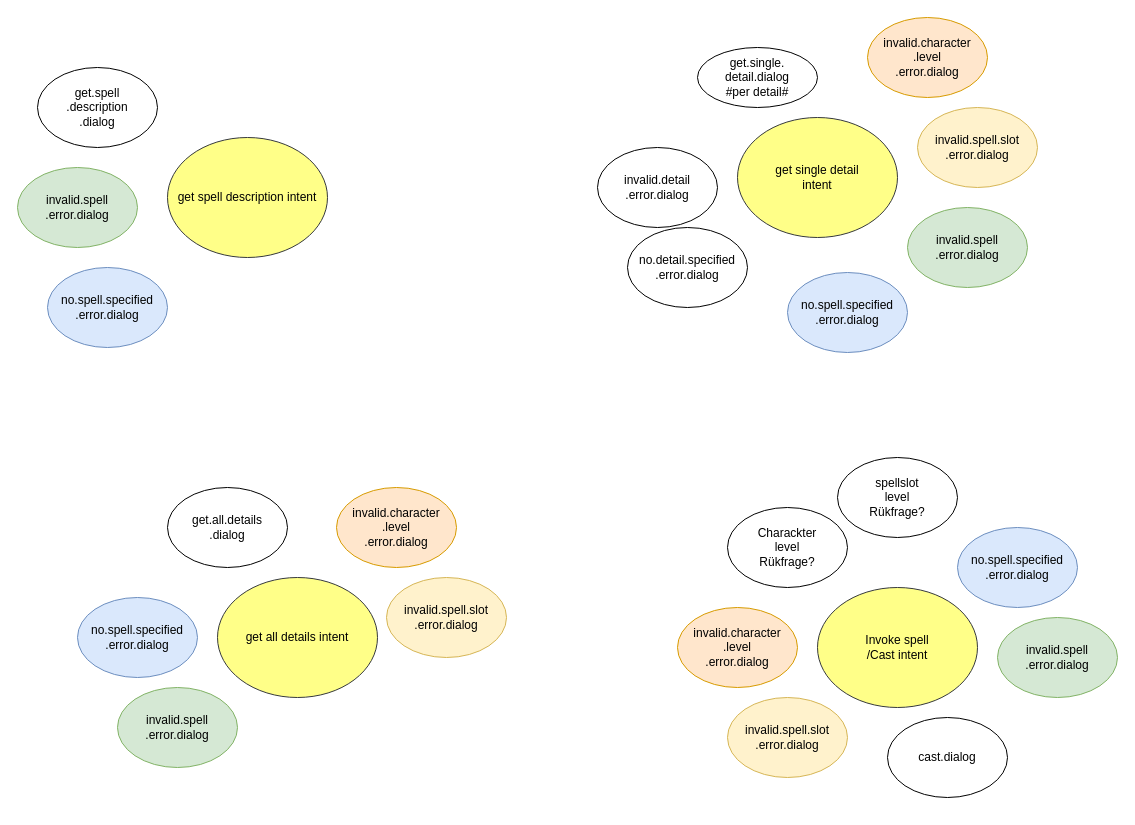
Earlier version of the draw.io diagram doc/dialog_to_intent.drawio (Linyeir/spellcastmanager-skill). Source tidied: cells renumbered, new cells numbered last; positions are measured from the earlier drawing's top-left corner, leaving out a move shared by most shapes. Both pictures are drawn from the tidied source at 100%, with x=0, y=0 at pixel (17, 17).
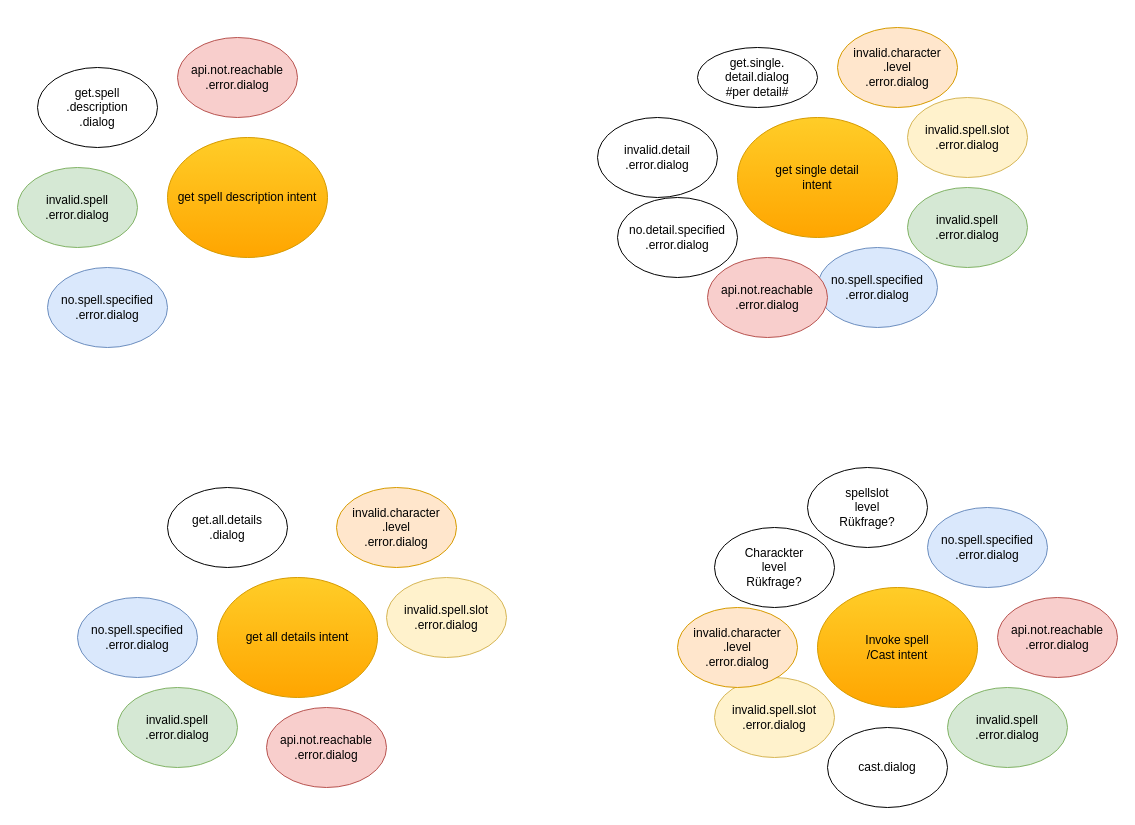
Above is the later version.

Commit message:
adjust dialog to intent diagram

What changed in the source:
```diff
@@
-    <mxCell id="3" value="get spell description intent" style="ellipse;whiteSpace=wrap;html=1;fillColor=#ffff88;strokeColor=#36393d;" parent="1" vertex="1">
+    <mxCell id="3" value="get spell description intent" style="ellipse;whiteSpace=wrap;html=1;fillColor=#ffcd28;strokeColor=#d79b00;gradientColor=#ffa500;" parent="1" vertex="1">
       <mxGeometry x="150" y="120" width="160" height="120" as="geometry" />
     </mxCell>
-    <mxCell id="4" value="get all details intent" style="ellipse;whiteSpace=wrap;html=1;fillColor=#ffff88;strokeColor=#36393d;" parent="1" vertex="1">
+    <mxCell id="4" value="get all details intent" style="ellipse;whiteSpace=wrap;html=1;fillColor=#ffcd28;strokeColor=#d79b00;gradientColor=#ffa500;" parent="1" vertex="1">
       <mxGeometry x="200" y="560" width="160" height="120" as="geometry" />
     </mxCell>
-    <mxCell id="5" value="get single detail &lt;br&gt;intent" style="ellipse;whiteSpace=wrap;html=1;fillColor=#ffff88;strokeColor=#36393d;" parent="1" vertex="1">
+    <mxCell id="5" value="get single detail &lt;br&gt;intent" style="ellipse;whiteSpace=wrap;html=1;fillColor=#ffcd28;strokeColor=#d79b00;gradientColor=#ffa500;" parent="1" vertex="1">
       <mxGeometry x="720" y="100" width="160" height="120" as="geometry" />
     </mxCell>
-    <mxCell id="6" value="Invoke spell&lt;br&gt;/Cast intent" style="ellipse;whiteSpace=wrap;html=1;fillColor=#ffff88;strokeColor=#36393d;" parent="1" vertex="1">
+    <mxCell id="6" value="Invoke spell&lt;br&gt;/Cast intent" style="ellipse;whiteSpace=wrap;html=1;fillColor=#ffcd28;strokeColor=#d79b00;gradientColor=#ffa500;" parent="1" vertex="1">
       <mxGeometry x="800" y="570" width="160" height="120" as="geometry" />
     </mxCell>
@@
     <mxCell id="10" value="no.spell.specified&lt;br&gt;.error.dialog" style="ellipse;whiteSpace=wrap;html=1;fillColor=#dae8fc;strokeColor=#6c8ebf;" parent="1" vertex="1">
-      <mxGeometry x="770" y="255" width="120" height="80" as="geometry" />
+      <mxGeometry x="800" y="230" width="120" height="80" as="geometry" />
     </mxCell>
     <mxCell id="11" value="invalid.spell&lt;br&gt;.error.dialog" style="ellipse;whiteSpace=wrap;html=1;fillColor=#d5e8d4;strokeColor=#82b366;" parent="1" vertex="1">
-      <mxGeometry x="890" y="190" width="120" height="80" as="geometry" />
+      <mxGeometry x="890" y="170" width="120" height="80" as="geometry" />
     </mxCell>
     <mxCell id="12" value="no.detail.specified&lt;br&gt;.error.dialog" style="ellipse;whiteSpace=wrap;html=1;" parent="1" vertex="1">
-      <mxGeometry x="610" y="210" width="120" height="80" as="geometry" />
+      <mxGeometry x="600" y="180" width="120" height="80" as="geometry" />
     </mxCell>
     <mxCell id="13" value="invalid.detail&lt;br&gt;.error.dialog" style="ellipse;whiteSpace=wrap;html=1;" parent="1" vertex="1">
-      <mxGeometry x="580" y="130" width="120" height="80" as="geometry" />
+      <mxGeometry x="580" y="100" width="120" height="80" as="geometry" />
     </mxCell>
     <mxCell id="14" value="invalid.spell.slot&lt;br&gt;.error.dialog" style="ellipse;whiteSpace=wrap;html=1;fillColor=#fff2cc;strokeColor=#d6b656;" parent="1" vertex="1">
-      <mxGeometry x="900" y="90" width="120" height="80" as="geometry" />
+      <mxGeometry x="890" y="80" width="120" height="80" as="geometry" />
     </mxCell>
     <mxCell id="15" value="invalid.character&lt;br&gt;.level&lt;br&gt;.error.dialog" style="ellipse;whiteSpace=wrap;html=1;fillColor=#ffe6cc;strokeColor=#d79b00;" parent="1" vertex="1">
-      <mxGeometry x="850" width="120" height="80" as="geometry" />
+      <mxGeometry x="820" y="10" width="120" height="80" as="geometry" />
     </mxCell>
@@
     <mxCell id="21" value="no.spell.specified&lt;br&gt;.error.dialog" style="ellipse;whiteSpace=wrap;html=1;fillColor=#dae8fc;strokeColor=#6c8ebf;" parent="1" vertex="1">
-      <mxGeometry x="940" y="510" width="120" height="80" as="geometry" />
+      <mxGeometry x="910" y="490" width="120" height="80" as="geometry" />
     </mxCell>
     <mxCell id="22" value="invalid.spell&lt;br&gt;.error.dialog" style="ellipse;whiteSpace=wrap;html=1;fillColor=#d5e8d4;strokeColor=#82b366;" parent="1" vertex="1">
-      <mxGeometry x="980" y="600" width="120" height="80" as="geometry" />
+      <mxGeometry x="930" y="670" width="120" height="80" as="geometry" />
     </mxCell>
     <mxCell id="23" value="invalid.spell.slot&lt;br&gt;.error.dialog" style="ellipse;whiteSpace=wrap;html=1;fillColor=#fff2cc;strokeColor=#d6b656;" parent="1" vertex="1">
-      <mxGeometry x="710" y="680" width="120" height="80" as="geometry" />
+      <mxGeometry x="697" y="660" width="120" height="80" as="geometry" />
     </mxCell>
@@
     <mxCell id="25" value="Charackter&lt;br&gt;level&lt;br&gt;Rükfrage?" style="ellipse;whiteSpace=wrap;html=1;" parent="1" vertex="1">
-      <mxGeometry x="710" y="490" width="120" height="80" as="geometry" />
+      <mxGeometry x="697" y="510" width="120" height="80" as="geometry" />
     </mxCell>
     <mxCell id="26" value="spellslot&lt;br&gt;level&lt;br&gt;Rükfrage?" style="ellipse;whiteSpace=wrap;html=1;" parent="1" vertex="1">
-      <mxGeometry x="820" y="440" width="120" height="80" as="geometry" />
+      <mxGeometry x="790" y="450" width="120" height="80" as="geometry" />
     </mxCell>
     <mxCell id="27" value="cast.dialog" style="ellipse;whiteSpace=wrap;html=1;fillColor=default;" parent="1" vertex="1">
-      <mxGeometry x="870" y="700" width="120" height="80" as="geometry" />
+      <mxGeometry x="810" y="710" width="120" height="80" as="geometry" />
     </mxCell>
+    <mxCell id="28" value="api.not.reachable&lt;br&gt;.error.dialog" style="ellipse;whiteSpace=wrap;html=1;fillColor=#f8cecc;strokeColor=#b85450;" parent="1" vertex="1">
+      <mxGeometry x="160" y="20" width="120" height="80" as="geometry" />
+    </mxCell>
+    <mxCell id="29" value="api.not.reachable&lt;br&gt;.error.dialog" style="ellipse;whiteSpace=wrap;html=1;fillColor=#f8cecc;strokeColor=#b85450;" parent="1" vertex="1">
+      <mxGeometry x="690" y="240" width="120" height="80" as="geometry" />
+    </mxCell>
+    <mxCell id="30" value="api.not.reachable&lt;br&gt;.error.dialog" style="ellipse;whiteSpace=wrap;html=1;fillColor=#f8cecc;strokeColor=#b85450;" parent="1" vertex="1">
+      <mxGeometry x="249" y="690" width="120" height="80" as="geometry" />
+    </mxCell>
+    <mxCell id="31" value="api.not.reachable&lt;br&gt;.error.dialog" style="ellipse;whiteSpace=wrap;html=1;fillColor=#f8cecc;strokeColor=#b85450;" parent="1" vertex="1">
+      <mxGeometry x="980" y="580" width="120" height="80" as="geometry" />
+    </mxCell>
```
